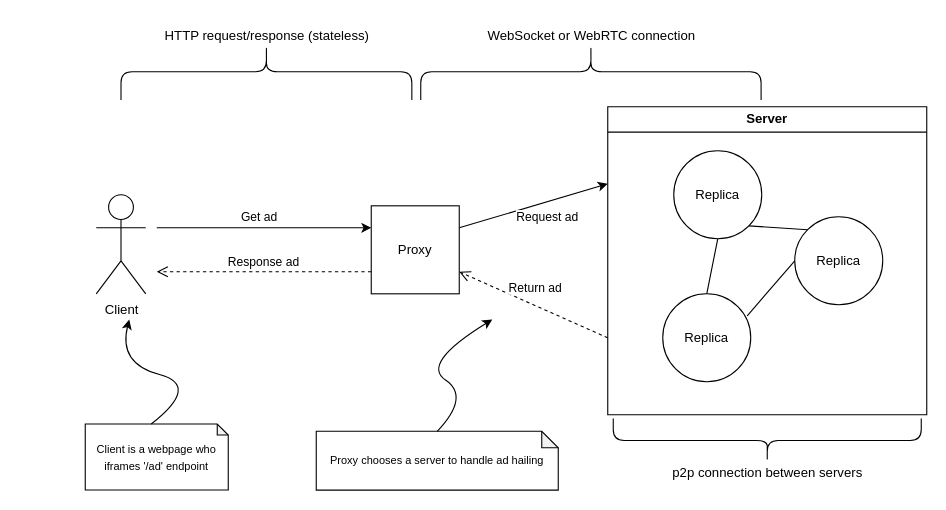
The draw.io diagram diagrams/arch.drawio in bgunson/as, before the edit. Source tidied: cells renumbered, new cells numbered last; positions are measured from the earlier drawing's top-left corner, leaving out a move shared by most shapes. Both pictures are drawn from the tidied source at 110%, with x=0, y=0 at pixel (85, -99).
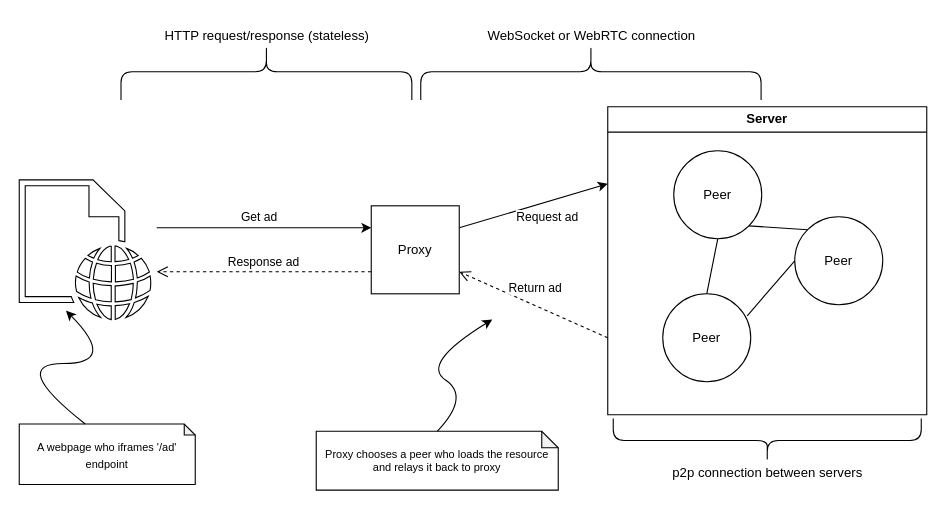
Above is the later version.

Commit message (it also covers changes not shown here):
update arch diargam after proposal

Unchanged cells that the change refers to:
```xml
<mxCell id="8" value="Server" style="swimlane;whiteSpace=wrap;html=1;" parent="1" vertex="1">
  <mxGeometry x="475" y="186.6" width="290" height="280" as="geometry" />
</mxCell>
```

Change to the diagram source:
```diff
@@
-    <mxCell id="4" value="Client" style="shape=umlActor;verticalLabelPosition=bottom;verticalAlign=top;html=1;" parent="1" vertex="1">
-      <mxGeometry x="10" y="266.6" width="45" height="90" as="geometry" />
-    </mxCell>
@@
-    <mxCell id="9" value="Replica" style="ellipse;whiteSpace=wrap;html=1;" parent="8" vertex="1">
+    <mxCell id="9" value="Peer" style="ellipse;whiteSpace=wrap;html=1;" parent="8" vertex="1">
       <mxGeometry x="60" y="40" width="80" height="80" as="geometry" />
     </mxCell>
-    <mxCell id="10" value="Replica" style="ellipse;whiteSpace=wrap;html=1;" parent="8" vertex="1">
+    <mxCell id="10" value="Peer" style="ellipse;whiteSpace=wrap;html=1;" parent="8" vertex="1">
       <mxGeometry x="50" y="170" width="80" height="80" as="geometry" />
     </mxCell>
-    <mxCell id="11" value="Replica" style="ellipse;whiteSpace=wrap;html=1;" parent="8" vertex="1">
+    <mxCell id="11" value="Peer" style="ellipse;whiteSpace=wrap;html=1;" parent="8" vertex="1">
       <mxGeometry x="170" y="100" width="80" height="80" as="geometry" />
     </mxCell>
@@
-    <mxCell id="23" value="&lt;font style=&quot;font-size: 10px;&quot;&gt;Client is a webpage who iframes '/ad' endpoint&lt;/font&gt;" style="shape=note;whiteSpace=wrap;html=1;backgroundOutline=1;darkOpacity=0.05;size=10;" parent="1" vertex="1">
-      <mxGeometry y="475" width="130" height="60" as="geometry" />
+    <mxCell id="23" value="&lt;font style=&quot;font-size: 10px;&quot;&gt;A webpage who iframes '/ad' endpoint&lt;/font&gt;" style="shape=note;whiteSpace=wrap;html=1;backgroundOutline=1;darkOpacity=0.05;size=10;" parent="1" vertex="1">
+      <mxGeometry x="-60" y="475" width="160" height="55" as="geometry" />
     </mxCell>
-    <mxCell id="24" value="Proxy chooses a server to handle ad hailing" style="shape=note;whiteSpace=wrap;html=1;backgroundOutline=1;darkOpacity=0.05;fontSize=10;size=15;" parent="1" vertex="1">
+    <mxCell id="24" value="Proxy chooses a peer who loads the resource and relays it back to proxy" style="shape=note;whiteSpace=wrap;html=1;backgroundOutline=1;darkOpacity=0.05;fontSize=10;size=15;" parent="1" vertex="1">
       <mxGeometry x="210" y="481.6" width="220" height="53.5" as="geometry" />
     </mxCell>
@@
-    <mxCell id="26" style="curved=1;endArrow=classic;html=1;fontSize=10;exitX=0;exitY=0;exitDx=60;exitDy=0;exitPerimeter=0;" parent="1" edge="1" source="23">
+    <mxCell id="26" style="curved=1;endArrow=classic;html=1;fontSize=10;exitX=0;exitY=0;exitDx=60;exitDy=0;exitPerimeter=0;entryX=0.481;entryY=1.004;entryDx=0;entryDy=0;entryPerimeter=0;" parent="1" edge="1" source="23">
       <mxGeometry relative="1" as="geometry">
-        <mxPoint x="40" y="380" as="targetPoint" />
+        <mxPoint x="-17.5" y="372" as="targetPoint" />
         <Array as="points">
-          <mxPoint x="105" y="440" />
+          <mxPoint x="-70" y="420" />
           <mxPoint x="30" y="420" />
         </Array>
       </mxGeometry>
     </mxCell>
+    <mxCell id="27" style="sketch=0;shadow=0;dashed=0;html=1;labelPosition=center;verticalLabelPosition=bottom;verticalAlign=top;align=center;shape=mxgraph.office.concepts.web_page;" parent="1" vertex="1">
+      <mxGeometry x="-60" y="253" width="120" height="127.1" as="geometry" />
+    </mxCell>
```
